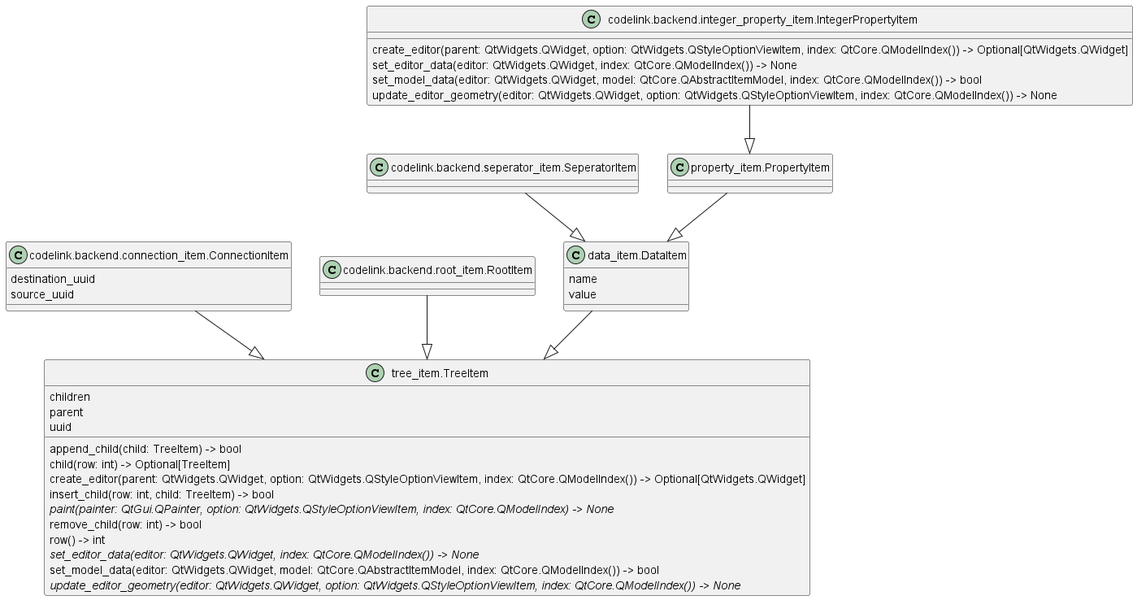
Before: img/backend_classes.png, a diagram exported from PlantUML (j8sr0230/codelink).
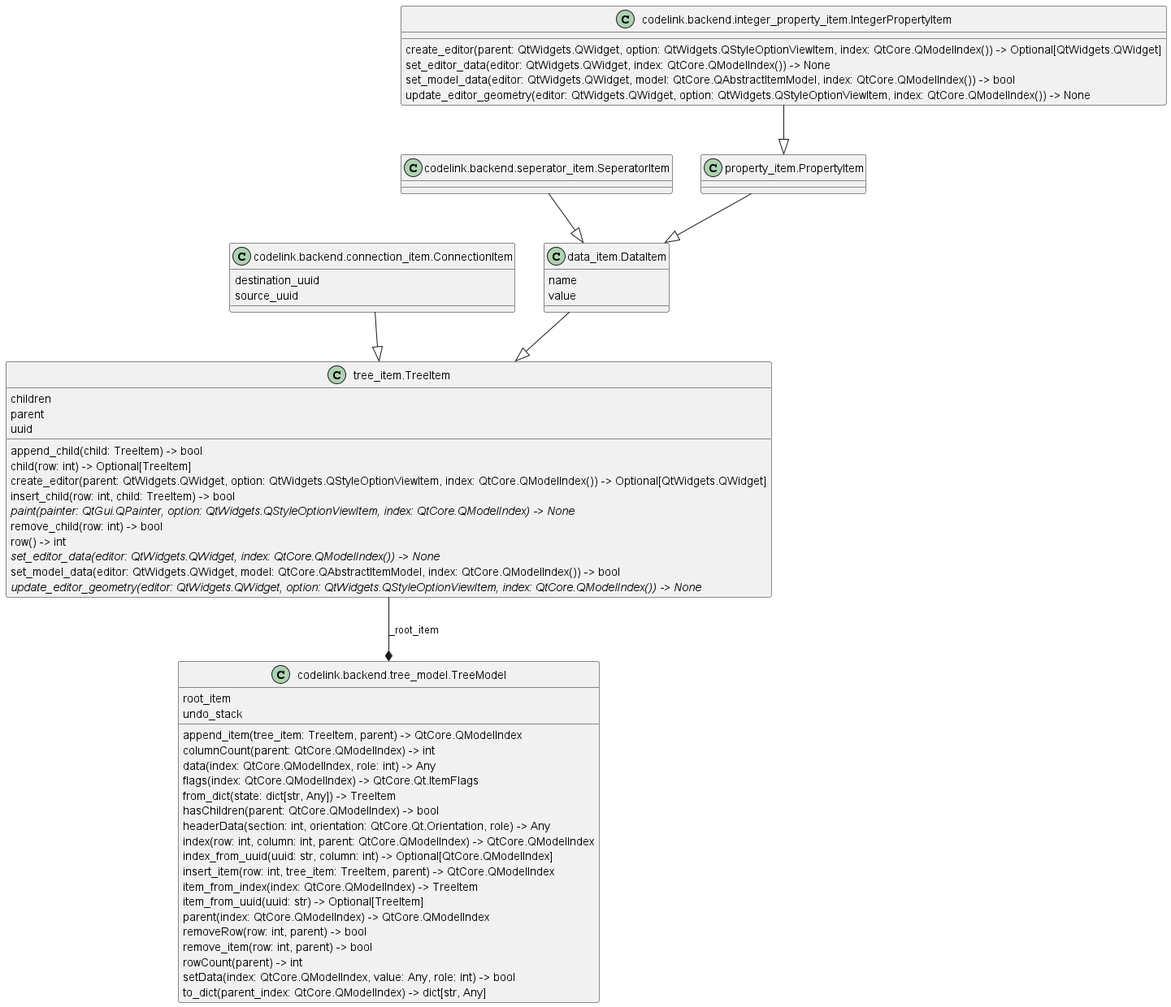
After the commit.

Diff of the diagram source:
```diff
@@ -10,9 +10,29 @@
   set_model_data(editor: QtWidgets.QWidget, model: QtCore.QAbstractItemModel, index: QtCore.QModelIndex()) -> bool
   update_editor_geometry(editor: QtWidgets.QWidget, option: QtWidgets.QStyleOptionViewItem, index: QtCore.QModelIndex()) -> None
 }
-class "codelink.backend.root_item.RootItem" as codelink.backend.root_item.RootItem {
+class "codelink.backend.seperator_item.SeperatorItem" as codelink.backend.seperator_item.SeperatorItem {
 }
-class "codelink.backend.seperator_item.SeperatorItem" as codelink.backend.seperator_item.SeperatorItem {
+class "codelink.backend.tree_model.TreeModel" as codelink.backend.tree_model.TreeModel {
+  root_item
+  undo_stack
+  append_item(tree_item: TreeItem, parent) -> QtCore.QModelIndex
+  columnCount(parent: QtCore.QModelIndex) -> int
+  data(index: QtCore.QModelIndex, role: int) -> Any
+  flags(index: QtCore.QModelIndex) -> QtCore.Qt.ItemFlags
+  from_dict(state: dict[str, Any]) -> TreeItem
+  hasChildren(parent: QtCore.QModelIndex) -> bool
+  headerData(section: int, orientation: QtCore.Qt.Orientation, role) -> Any
+  index(row: int, column: int, parent: QtCore.QModelIndex) -> QtCore.QModelIndex
+  index_from_uuid(uuid: str, column: int) -> Optional[QtCore.QModelIndex]
+  insert_item(row: int, tree_item: TreeItem, parent) -> QtCore.QModelIndex
+  item_from_index(index: QtCore.QModelIndex) -> TreeItem
+  item_from_uuid(uuid: str) -> Optional[TreeItem]
+  parent(index: QtCore.QModelIndex) -> QtCore.QModelIndex
+  removeRow(row: int, parent) -> bool
+  remove_item(row: int, parent) -> bool
+  rowCount(parent) -> int
+  setData(index: QtCore.QModelIndex, value: Any, role: int) -> bool
+  to_dict(parent_index: QtCore.QModelIndex) -> dict[str, Any]
 }
 class "data_item.DataItem" as data_item.DataItem {
   name
@@ -37,8 +57,8 @@
 }
 codelink.backend.connection_item.ConnectionItem --|> tree_item.TreeItem
 codelink.backend.integer_property_item.IntegerPropertyItem --|> property_item.PropertyItem
-codelink.backend.root_item.RootItem --|> tree_item.TreeItem
 codelink.backend.seperator_item.SeperatorItem --|> data_item.DataItem
 data_item.DataItem --|> tree_item.TreeItem
 property_item.PropertyItem --|> data_item.DataItem
+tree_item.TreeItem --* codelink.backend.tree_model.TreeModel : _root_item
 @enduml
```
